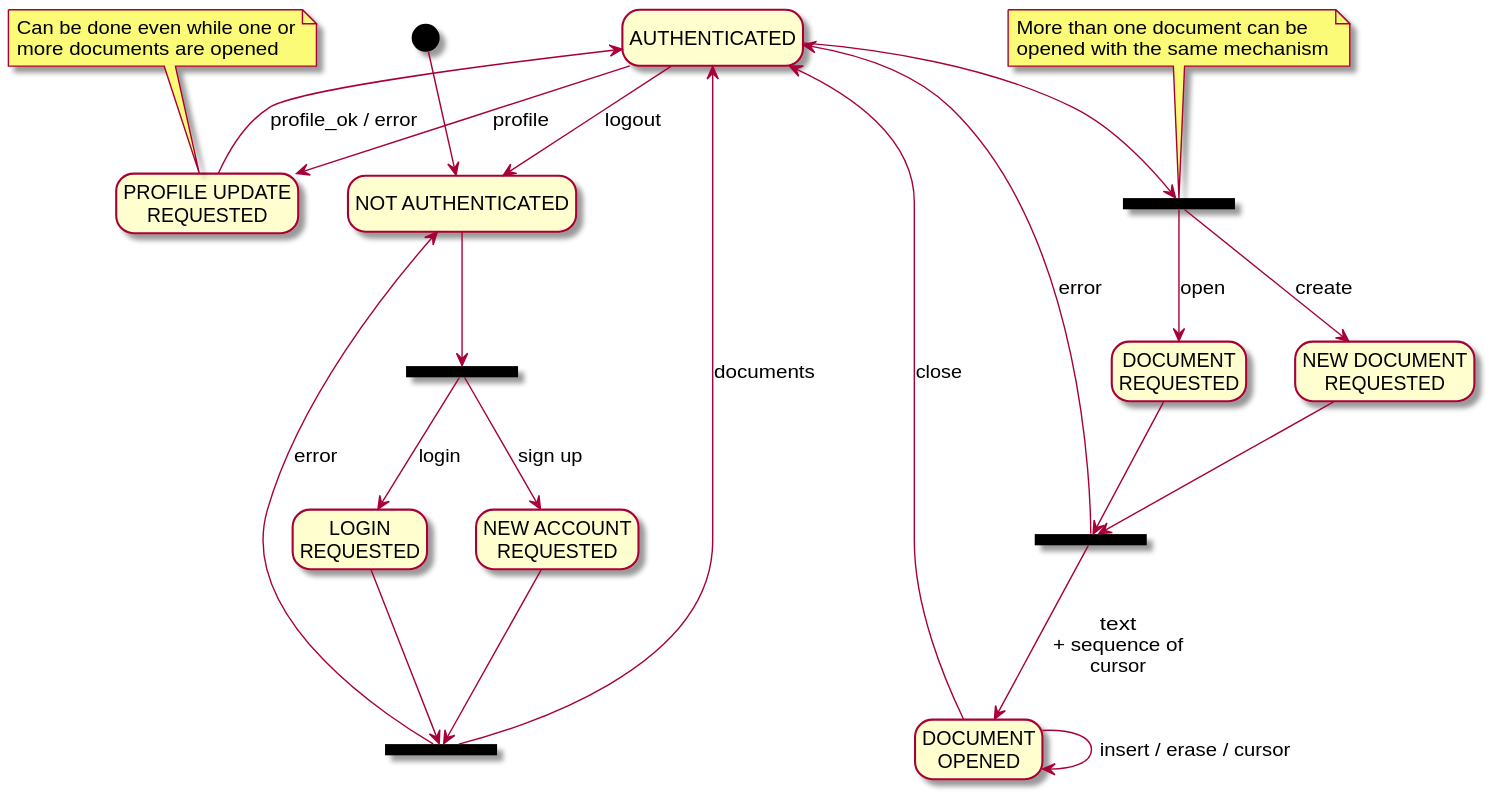
This is docs/plantuml/protocol.svg from franco-ruggeri/write-together, a PlantUML export, as it was before one commit.
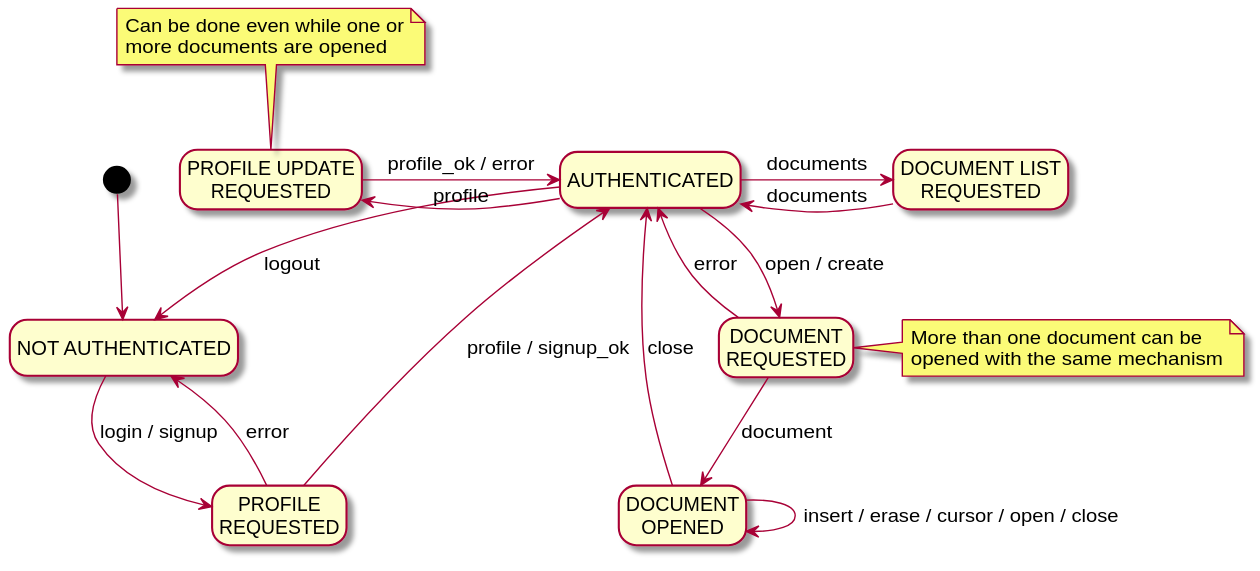
The same file after the commit.

The edit, as a diff of the source:
```diff
@@ -2,43 +2,32 @@
 hide empty description
 
 state "NOT AUTHENTICATED" as na
-state "LOGIN\nREQUESTED" as lr
-state "NEW ACCOUNT\nREQUESTED" as nar
+state "PROFILE\nREQUESTED" as pr
 state "AUTHENTICATED" as a
+state "DOCUMENT LIST\nREQUESTED" as dlr
 state "DOCUMENT\nREQUESTED" as dr
-state "NEW DOCUMENT\nREQUESTED" as ndr
 state "DOCUMENT\nOPENED" as do
 state "PROFILE UPDATE\nREQUESTED" as pur
-state fork_authentication <<fork>>
-state join_authentication <<join>>
-state fork_document <<fork>>
-state join_document <<join>>
 
 [*] --> na
 
-na --> fork_authentication
-fork_authentication --> lr : login
-fork_authentication --> nar : sign up
-lr --> join_authentication
-nar --> join_authentication
-join_authentication --> a : documents
-join_authentication --> na : error
-
+na --> pr : login / signup
+pr --> a : profile / signup_ok
+pr --> na : error
 a --> na : logout
 
-a -> pur : profile
-pur --> a : profile_ok / error
+a -left-> pur : profile
+pur -right-> a : profile_ok / error
 
-a --> fork_document
-fork_document --> dr : open
-fork_document --> ndr : create
-dr --> join_document
-ndr --> join_document
-join_document --> do : text\n+ sequence of\ncursor
-join_document --> a : error
+a -right-> dlr : documents
+dlr -left-> a : documents
+
+a --> dr : open / create
+dr --> do : document
+dr --> a : error
 do --> a : close
-do --> do : insert / erase / cursor
+do --> do : insert / erase / cursor / open / close
 
 note top of pur : Can be done even while one or\nmore documents are opened
-note top of fork_document : More than one document can be\nopened with the same mechanism
+note right of dr : More than one document can be\nopened with the same mechanism
 @enduml
```
